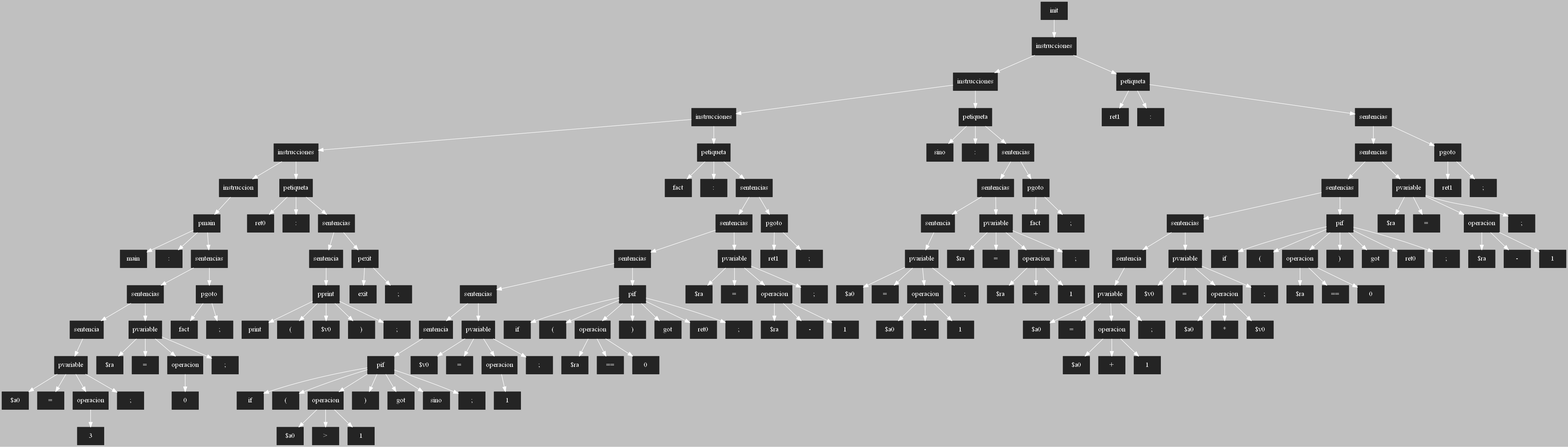
The Graphviz diagram ASPAscendente.png in AndreeAvalos/OLC2-AUGUS, before a commit. Its source is kept beside it as ASPAscendente.dot.
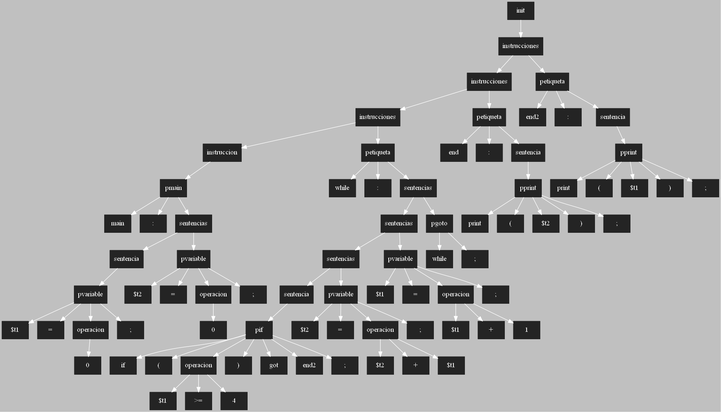
Later version of the same file.

Diff of the diagram source:
```diff
@@ -3,322 +3,162 @@
  [shape=box, style=filled, color=gray14]
  rankdir=UD
  edge[color=white, dir=fordware]
-159[style = "filled" ; label = "init"]
-158[style = "filled" ; label = "instrucciones"]
-111[style = "filled" ; label = "instrucciones"]
-85[style = "filled" ; label = "instrucciones"]
-37[style = "filled" ; label = "instrucciones"]
-22[style = "filled" ; label = "instruccion"]
-19[style = "filled" ; label = "pmain"]
-20[style = "filled" ; label = "main"]
-21[style = "filled" ; label = ":"]
-18[style = "filled" ; label = "sentencias"]
-14[style = "filled" ; label = "sentencias"]
-7[style = "filled" ; label = "sentencia"]
-3[style = "filled" ; label = "pvariable"]
-4[style = "filled" ; label = "$a0"]
-5[style = "filled" ; label = "="]
-2[style = "filled" ; label = "operacion"]
-1[style = "filled" ; label = "3"]
-6[style = "filled" ; label = ";"]
-10[style = "filled" ; label = "pvariable"]
-11[style = "filled" ; label = "$ra"]
-12[style = "filled" ; label = "="]
-9[style = "filled" ; label = "operacion"]
-8[style = "filled" ; label = "0"]
-13[style = "filled" ; label = ";"]
-15[style = "filled" ; label = "pgoto"]
-16[style = "filled" ; label = "fact"]
-17[style = "filled" ; label = ";"]
-34[style = "filled" ; label = "petiqueta"]
-35[style = "filled" ; label = "ret0"]
-36[style = "filled" ; label = ":"]
-33[style = "filled" ; label = "sentencias"]
-29[style = "filled" ; label = "sentencia"]
-23[style = "filled" ; label = "pprint"]
-24[style = "filled" ; label = "print"]
-25[style = "filled" ; label = "("]
-26[style = "filled" ; label = "$v0"]
-27[style = "filled" ; label = ")"]
-28[style = "filled" ; label = ";"]
-30[style = "filled" ; label = "pexit"]
-31[style = "filled" ; label = "exit"]
-32[style = "filled" ; label = ";"]
-82[style = "filled" ; label = "petiqueta"]
-83[style = "filled" ; label = "fact"]
-84[style = "filled" ; label = ":"]
-81[style = "filled" ; label = "sentencias"]
-77[style = "filled" ; label = "sentencias"]
-68[style = "filled" ; label = "sentencias"]
-56[style = "filled" ; label = "sentencias"]
-49[style = "filled" ; label = "sentencia"]
-42[style = "filled" ; label = "pif"]
-43[style = "filled" ; label = "if"]
-44[style = "filled" ; label = "("]
-40[style = "filled" ; label = "operacion"]
-38[style = "filled" ; label = "$a0"]
-41[style = "filled" ; label = ">"]
-39[style = "filled" ; label = "1"]
-45[style = "filled" ; label = ")"]
-46[style = "filled" ; label = "got"]
-47[style = "filled" ; label = "sino"]
-48[style = "filled" ; label = ";"]
-52[style = "filled" ; label = "pvariable"]
-53[style = "filled" ; label = "$v0"]
-54[style = "filled" ; label = "="]
-51[style = "filled" ; label = "operacion"]
-50[style = "filled" ; label = "1"]
-55[style = "filled" ; label = ";"]
-61[style = "filled" ; label = "pif"]
-62[style = "filled" ; label = "if"]
-63[style = "filled" ; label = "("]
-59[style = "filled" ; label = "operacion"]
-57[style = "filled" ; label = "$ra"]
-60[style = "filled" ; label = "=="]
-58[style = "filled" ; label = "0"]
-64[style = "filled" ; label = ")"]
-65[style = "filled" ; label = "got"]
-66[style = "filled" ; label = "ret0"]
-67[style = "filled" ; label = ";"]
-73[style = "filled" ; label = "pvariable"]
-74[style = "filled" ; label = "$ra"]
-75[style = "filled" ; label = "="]
-71[style = "filled" ; label = "operacion"]
-69[style = "filled" ; label = "$ra"]
-72[style = "filled" ; label = "-"]
-70[style = "filled" ; label = "1"]
-76[style = "filled" ; label = ";"]
-78[style = "filled" ; label = "pgoto"]
-79[style = "filled" ; label = "ret1"]
-80[style = "filled" ; label = ";"]
-108[style = "filled" ; label = "petiqueta"]
-109[style = "filled" ; label = "sino"]
-110[style = "filled" ; label = ":"]
-107[style = "filled" ; label = "sentencias"]
-103[style = "filled" ; label = "sentencias"]
-94[style = "filled" ; label = "sentencia"]
-90[style = "filled" ; label = "pvariable"]
-91[style = "filled" ; label = "$a0"]
-92[style = "filled" ; label = "="]
-88[style = "filled" ; label = "operacion"]
-86[style = "filled" ; label = "$a0"]
-89[style = "filled" ; label = "-"]
-87[style = "filled" ; label = "1"]
-93[style = "filled" ; label = ";"]
-99[style = "filled" ; label = "pvariable"]
-100[style = "filled" ; label = "$ra"]
-101[style = "filled" ; label = "="]
-97[style = "filled" ; label = "operacion"]
-95[style = "filled" ; label = "$ra"]
-98[style = "filled" ; label = "+"]
-96[style = "filled" ; label = "1"]
-102[style = "filled" ; label = ";"]
-104[style = "filled" ; label = "pgoto"]
-105[style = "filled" ; label = "fact"]
-106[style = "filled" ; label = ";"]
-155[style = "filled" ; label = "petiqueta"]
-156[style = "filled" ; label = "ret1"]
-157[style = "filled" ; label = ":"]
-154[style = "filled" ; label = "sentencias"]
-150[style = "filled" ; label = "sentencias"]
-141[style = "filled" ; label = "sentencias"]
-129[style = "filled" ; label = "sentencias"]
-120[style = "filled" ; label = "sentencia"]
-116[style = "filled" ; label = "pvariable"]
-117[style = "filled" ; label = "$a0"]
-118[style = "filled" ; label = "="]
-114[style = "filled" ; label = "operacion"]
-112[style = "filled" ; label = "$a0"]
-115[style = "filled" ; label = "+"]
-113[style = "filled" ; label = "1"]
-119[style = "filled" ; label = ";"]
-125[style = "filled" ; label = "pvariable"]
-126[style = "filled" ; label = "$v0"]
-127[style = "filled" ; label = "="]
-123[style = "filled" ; label = "operacion"]
-121[style = "filled" ; label = "$a0"]
-124[style = "filled" ; label = "*"]
-122[style = "filled" ; label = "$v0"]
-128[style = "filled" ; label = ";"]
-134[style = "filled" ; label = "pif"]
-135[style = "filled" ; label = "if"]
-136[style = "filled" ; label = "("]
-132[style = "filled" ; label = "operacion"]
-130[style = "filled" ; label = "$ra"]
-133[style = "filled" ; label = "=="]
-131[style = "filled" ; label = "0"]
-137[style = "filled" ; label = ")"]
-138[style = "filled" ; label = "got"]
-139[style = "filled" ; label = "ret0"]
-140[style = "filled" ; label = ";"]
-146[style = "filled" ; label = "pvariable"]
-147[style = "filled" ; label = "$ra"]
-148[style = "filled" ; label = "="]
-144[style = "filled" ; label = "operacion"]
-142[style = "filled" ; label = "$ra"]
-145[style = "filled" ; label = "-"]
-143[style = "filled" ; label = "1"]
-149[style = "filled" ; label = ";"]
-151[style = "filled" ; label = "pgoto"]
-152[style = "filled" ; label = "ret1"]
-153[style = "filled" ; label = ";"]
-159->158;
-158->111;
-111->85;
-85->37;
-37->22;
-22->19;
-19->20;
-19->21;
-19->18;
-18->14;
-14->7;
-7->3;
-3->4;
-3->5;
-3->2;
-2->1;
-3->6;
-14->10;
-10->11;
-10->12;
-10->9;
-9->8;
-10->13;
-18->15;
-15->16;
-15->17;
-37->34;
-34->35;
-34->36;
-34->33;
-33->29;
-29->23;
-23->24;
-23->25;
-23->26;
-23->27;
-23->28;
-33->30;
-30->31;
-30->32;
-85->82;
-82->83;
-82->84;
-82->81;
-81->77;
-77->68;
-68->56;
-56->49;
-49->42;
-42->43;
-42->44;
-42->40;
-40->38;
-40->41;
-40->39;
-42->45;
-42->46;
-42->47;
-42->48;
-56->52;
-52->53;
-52->54;
-52->51;
-51->50;
-52->55;
-68->61;
-61->62;
-61->63;
-61->59;
-59->57;
-59->60;
-59->58;
-61->64;
-61->65;
-61->66;
-61->67;
-77->73;
-73->74;
-73->75;
-73->71;
-71->69;
-71->72;
-71->70;
-73->76;
-81->78;
-78->79;
-78->80;
-111->108;
-108->109;
-108->110;
-108->107;
-107->103;
-103->94;
-94->90;
-90->91;
-90->92;
-90->88;
-88->86;
-88->89;
-88->87;
-90->93;
-103->99;
-99->100;
-99->101;
-99->97;
-97->95;
-97->98;
-97->96;
-99->102;
-107->104;
-104->105;
-104->106;
-158->155;
-155->156;
-155->157;
-155->154;
-154->150;
-150->141;
-141->129;
-129->120;
-120->116;
-116->117;
-116->118;
-116->114;
-114->112;
-114->115;
-114->113;
-116->119;
-129->125;
-125->126;
-125->127;
-125->123;
-123->121;
-123->124;
-123->122;
-125->128;
-141->134;
-134->135;
-134->136;
-134->132;
-132->130;
-132->133;
-132->131;
-134->137;
-134->138;
-134->139;
-134->140;
-150->146;
-146->147;
-146->148;
-146->144;
-144->142;
-144->145;
-144->143;
-146->149;
-154->151;
-151->152;
-151->153;
+317[style = "filled" ; label = "init"]
+316[style = "filled" ; label = "instrucciones"]
+305[style = "filled" ; label = "instrucciones"]
+294[style = "filled" ; label = "instrucciones"]
+256[style = "filled" ; label = "instruccion"]
+253[style = "filled" ; label = "pmain"]
+254[style = "filled" ; label = "main"]
+255[style = "filled" ; label = ":"]
+252[style = "filled" ; label = "sentencias"]
+245[style = "filled" ; label = "sentencia"]
+241[style = "filled" ; label = "pvariable"]
+242[style = "filled" ; label = "$t1"]
+243[style = "filled" ; label = "="]
+240[style = "filled" ; label = "operacion"]
+239[style = "filled" ; label = "0"]
+244[style = "filled" ; label = ";"]
+248[style = "filled" ; label = "pvariable"]
+249[style = "filled" ; label = "$t2"]
+250[style = "filled" ; label = "="]
+247[style = "filled" ; label = "operacion"]
+246[style = "filled" ; label = "0"]
+251[style = "filled" ; label = ";"]
+291[style = "filled" ; label = "petiqueta"]
+292[style = "filled" ; label = "while"]
+293[style = "filled" ; label = ":"]
+290[style = "filled" ; label = "sentencias"]
+286[style = "filled" ; label = "sentencias"]
+277[style = "filled" ; label = "sentencias"]
+268[style = "filled" ; label = "sentencia"]
+261[style = "filled" ; label = "pif"]
+262[style = "filled" ; label = "if"]
+263[style = "filled" ; label = "("]
+259[style = "filled" ; label = "operacion"]
+257[style = "filled" ; label = "$t1"]
+260[style = "filled" ; label = ">="]
+258[style = "filled" ; label = "4"]
+264[style = "filled" ; label = ")"]
+265[style = "filled" ; label = "got"]
+266[style = "filled" ; label = "end2"]
+267[style = "filled" ; label = ";"]
+273[style = "filled" ; label = "pvariable"]
+274[style = "filled" ; label = "$t2"]
+275[style = "filled" ; label = "="]
+271[style = "filled" ; label = "operacion"]
+269[style = "filled" ; label = "$t2"]
+272[style = "filled" ; label = "+"]
+270[style = "filled" ; label = "$t1"]
+276[style = "filled" ; label = ";"]
+282[style = "filled" ; label = "pvariable"]
+283[style = "filled" ; label = "$t1"]
+284[style = "filled" ; label = "="]
+280[style = "filled" ; label = "operacion"]
+278[style = "filled" ; label = "$t1"]
+281[style = "filled" ; label = "+"]
+279[style = "filled" ; label = "1"]
+285[style = "filled" ; label = ";"]
+287[style = "filled" ; label = "pgoto"]
+288[style = "filled" ; label = "while"]
+289[style = "filled" ; label = ";"]
+302[style = "filled" ; label = "petiqueta"]
+303[style = "filled" ; label = "end"]
+304[style = "filled" ; label = ":"]
+301[style = "filled" ; label = "sentencia"]
+295[style = "filled" ; label = "pprint"]
+296[style = "filled" ; label = "print"]
+297[style = "filled" ; label = "("]
+298[style = "filled" ; label = "$t2"]
+299[style = "filled" ; label = ")"]
+300[style = "filled" ; label = ";"]
+313[style = "filled" ; label = "petiqueta"]
+314[style = "filled" ; label = "end2"]
+315[style = "filled" ; label = ":"]
+312[style = "filled" ; label = "sentencia"]
+306[style = "filled" ; label = "pprint"]
+307[style = "filled" ; label = "print"]
+308[style = "filled" ; label = "("]
+309[style = "filled" ; label = "$t1"]
+310[style = "filled" ; label = ")"]
+311[style = "filled" ; label = ";"]
+317->316;
+316->305;
+305->294;
+294->256;
+256->253;
+253->254;
+253->255;
+253->252;
+252->245;
+245->241;
+241->242;
+241->243;
+241->240;
+240->239;
+241->244;
+252->248;
+248->249;
+248->250;
+248->247;
+247->246;
+248->251;
+294->291;
+291->292;
+291->293;
+291->290;
+290->286;
+286->277;
+277->268;
+268->261;
+261->262;
+261->263;
+261->259;
+259->257;
+259->260;
+259->258;
+261->264;
+261->265;
+261->266;
+261->267;
+277->273;
+273->274;
+273->275;
+273->271;
+271->269;
+271->272;
+271->270;
+273->276;
+286->282;
+282->283;
+282->284;
+282->280;
+280->278;
+280->281;
+280->279;
+282->285;
+290->287;
+287->288;
+287->289;
+305->302;
+302->303;
+302->304;
+302->301;
+301->295;
+295->296;
+295->297;
+295->298;
+295->299;
+295->300;
+316->313;
+313->314;
+313->315;
+313->312;
+312->306;
+306->307;
+306->308;
+306->309;
+306->310;
+306->311;
 
 }
```
